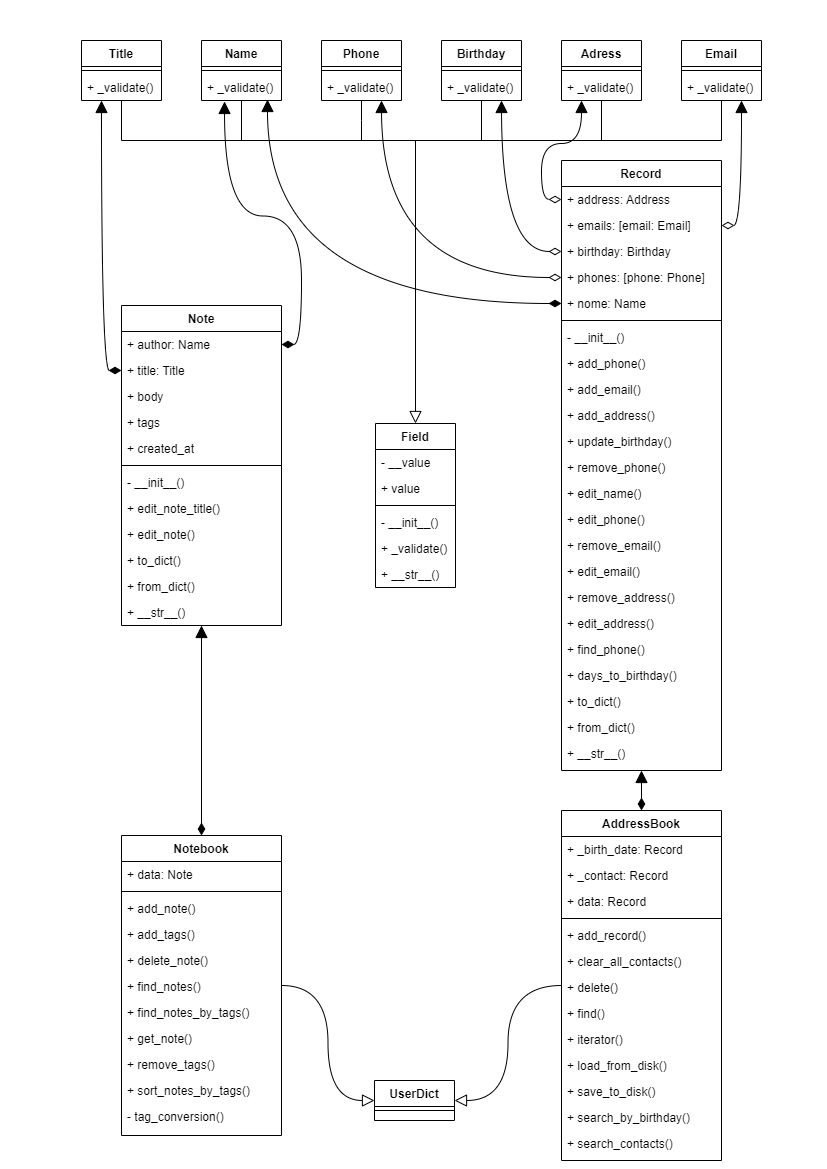
alex-nuclearboy/cli-personal-assistant keeps this draw.io diagram as personal_assistant.png. Above is the earlier version. Source tidied: cells renumbered, new cells last; positions are measured from the earlier drawing's top-left corner, leaving out a move shared by most shapes.
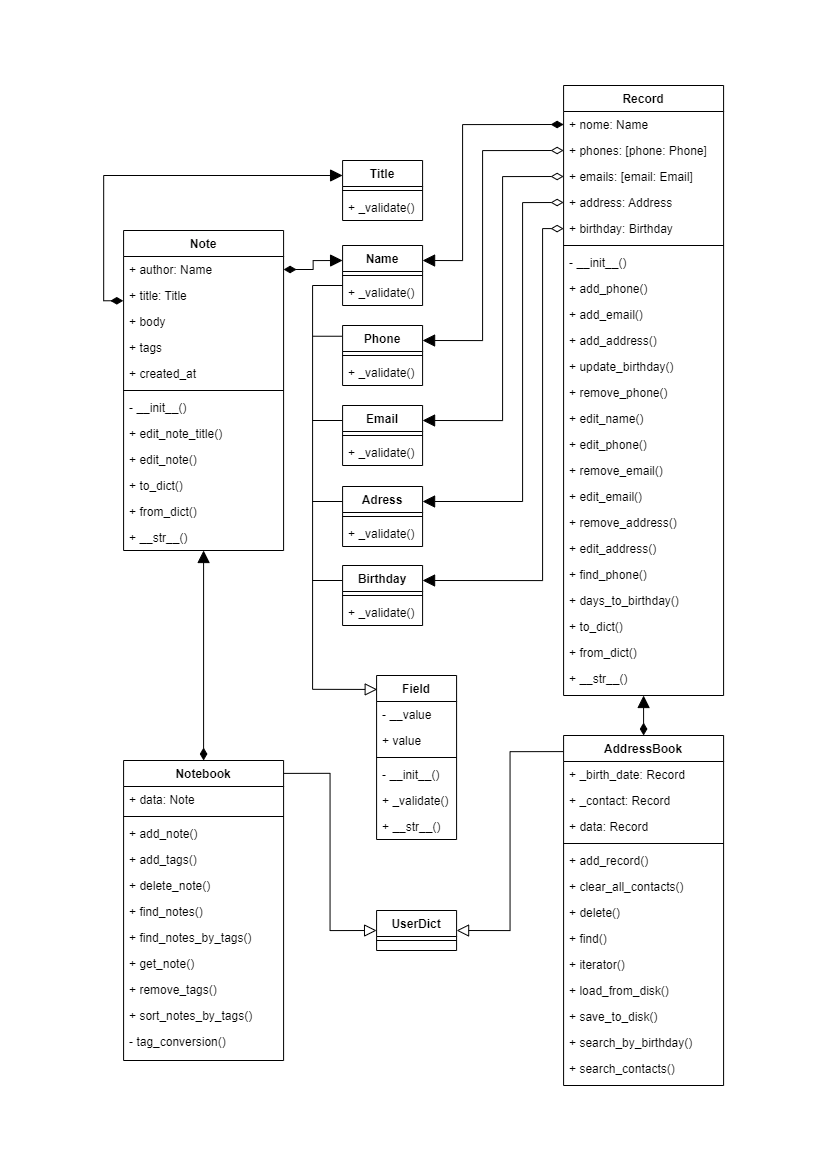
After the commit.

Commit message:
Update the UML diagram

What changed in the source:
```diff
@@ -5,3 +5,3 @@
     <mxCell id="2" value="Field" style="swimlane;fontStyle=1;align=center;verticalAlign=top;horizontal=1;startSize=26;rounded=0;shadow=0;strokeWidth=1;" parent="1" vertex="1">
-      <mxGeometry x="294" y="383" width="80" height="164" as="geometry" />
+      <mxGeometry x="295.1" y="635" width="80" height="164" as="geometry" />
     </mxCell>
@@ -29,3 +29,3 @@
     <mxCell id="10" value="Note" style="swimlane;fontStyle=1;align=center;verticalAlign=top;horizontal=1;startSize=26;rounded=0;shadow=0;strokeWidth=1;" parent="1" vertex="1">
-      <mxGeometry x="40" y="265" width="160" height="320" as="geometry" />
+      <mxGeometry x="42.1" y="190" width="160" height="320" as="geometry" />
     </mxCell>
@@ -67,9 +67,17 @@
     </mxCell>
-    <mxCell id="23" style="edgeStyle=orthogonalEdgeStyle;rounded=0;jettySize=auto;html=1;entryX=0;entryY=0.5;entryDx=0;entryDy=0;curved=1;endArrow=diamondThin;endFill=0;startArrow=block;startFill=1;endSize=10;startSize=10;" parent="1" edge="1" target="54">
-      <mxGeometry relative="1" as="geometry">
-        <mxPoint x="300" y="60" as="sourcePoint" />
-      </mxGeometry>
-    </mxCell>
+    <mxCell id="112" style="edgeStyle=orthogonalEdgeStyle;rounded=0;jettySize=auto;html=1;entryX=0;entryY=0.5;entryDx=0;entryDy=0;exitX=1;exitY=0.25;exitDx=0;exitDy=0;endSize=10;startSize=10;startArrow=block;startFill=1;endArrow=diamondThin;endFill=0;" parent="1" edge="1" source="24" target="54">
+      <mxGeometry relative="1" as="geometry">
+        <Array as="points">
+          <mxPoint x="401.1" y="300" />
+          <mxPoint x="401.1" y="110" />
+        </Array>
+      </mxGeometry>
+    </mxCell>
+    <mxCell id="113" style="edgeStyle=orthogonalEdgeStyle;rounded=0;jettySize=auto;html=1;endArrow=none;endFill=0;exitX=-0.007;exitY=0.179;exitDx=0;exitDy=0;exitPerimeter=0;" parent="1" edge="1" source="24">
+      <mxGeometry relative="1" as="geometry">
+        <mxPoint x="231.1" y="295" as="targetPoint" />
+      </mxGeometry>
+    </mxCell>
     <mxCell id="24" value="Phone" style="swimlane;fontStyle=1;align=center;verticalAlign=top;horizontal=1;startSize=26;rounded=0;shadow=0;strokeWidth=1;" parent="1" vertex="1">
-      <mxGeometry x="240" width="80" height="60" as="geometry" />
+      <mxGeometry x="261.1" y="285" width="80" height="60" as="geometry" />
     </mxCell>
@@ -81,9 +89,17 @@
     </mxCell>
-    <mxCell id="27" style="edgeStyle=orthogonalEdgeStyle;rounded=0;jettySize=auto;html=1;entryX=0;entryY=0.5;entryDx=0;entryDy=0;curved=1;startArrow=block;startFill=1;endArrow=diamondThin;endFill=0;endSize=10;startSize=10;" parent="1" edge="1" target="53">
-      <mxGeometry relative="1" as="geometry">
-        <mxPoint x="420" y="60" as="sourcePoint" />
-      </mxGeometry>
-    </mxCell>
+    <mxCell id="114" style="edgeStyle=orthogonalEdgeStyle;rounded=0;jettySize=auto;html=1;exitX=1;exitY=0.25;exitDx=0;exitDy=0;endSize=10;startSize=10;startArrow=block;startFill=1;endArrow=diamondThin;endFill=0;" parent="1" edge="1" source="28" target="53">
+      <mxGeometry relative="1" as="geometry">
+        <Array as="points">
+          <mxPoint x="461.1" y="540" />
+          <mxPoint x="461.1" y="188" />
+        </Array>
+      </mxGeometry>
+    </mxCell>
+    <mxCell id="115" style="edgeStyle=orthogonalEdgeStyle;rounded=0;jettySize=auto;html=1;endArrow=none;endFill=0;exitX=0;exitY=0.25;exitDx=0;exitDy=0;" parent="1" edge="1" source="28">
+      <mxGeometry relative="1" as="geometry">
+        <mxPoint x="231.1" y="540" as="targetPoint" />
+      </mxGeometry>
+    </mxCell>
     <mxCell id="28" value="Birthday" style="swimlane;fontStyle=1;align=center;verticalAlign=top;horizontal=1;startSize=26;rounded=0;shadow=0;strokeWidth=1;" parent="1" vertex="1">
-      <mxGeometry x="360" width="80" height="60" as="geometry" />
+      <mxGeometry x="261.1" y="525" width="80" height="60" as="geometry" />
     </mxCell>
@@ -95,7 +111,12 @@
     </mxCell>
-    <mxCell id="31" style="edgeStyle=orthogonalEdgeStyle;rounded=0;jettySize=auto;html=1;entryX=1;entryY=0.5;entryDx=0;entryDy=0;curved=1;startArrow=block;startFill=1;endArrow=diamondThin;endFill=1;exitX=0.288;exitY=1.038;exitDx=0;exitDy=0;exitPerimeter=0;endSize=10;startSize=10;" parent="1" edge="1" source="34" target="11">
-      <mxGeometry relative="1" as="geometry" />
-    </mxCell>
+    <mxCell id="116" style="edgeStyle=orthogonalEdgeStyle;rounded=0;jettySize=auto;html=1;entryX=0;entryY=0.5;entryDx=0;entryDy=0;exitX=1;exitY=0.25;exitDx=0;exitDy=0;endSize=10;startSize=10;startArrow=block;startFill=1;endArrow=diamondThin;endFill=1;" parent="1" edge="1" source="32" target="55">
+      <mxGeometry relative="1" as="geometry">
+        <Array as="points">
+          <mxPoint x="381.1" y="220" />
+          <mxPoint x="381.1" y="84" />
+        </Array>
+      </mxGeometry>
+    </mxCell>
     <mxCell id="32" value="Name" style="swimlane;fontStyle=1;align=center;verticalAlign=top;horizontal=1;startSize=26;rounded=0;shadow=0;strokeWidth=1;" parent="1" vertex="1">
-      <mxGeometry x="120" width="80" height="60" as="geometry" />
+      <mxGeometry x="261.1" y="205" width="80" height="60" as="geometry" />
     </mxCell>
@@ -107,6 +128,7 @@
     </mxCell>
-    <mxCell id="35" style="edgeStyle=orthogonalEdgeStyle;rounded=0;jettySize=auto;elbow=vertical;html=1;entryX=1;entryY=0.5;entryDx=0;entryDy=0;curved=1;exitX=0.75;exitY=1;exitDx=0;exitDy=0;endSize=10;startSize=10;startArrow=block;startFill=1;endArrow=diamondThin;endFill=0;" parent="1" edge="1" source="36" target="52">
+    <mxCell id="35" style="edgeStyle=orthogonalEdgeStyle;rounded=0;jettySize=auto;html=1;entryX=0;entryY=0.5;entryDx=0;entryDy=0;exitX=1;exitY=0.25;exitDx=0;exitDy=0;endSize=10;startSize=10;startArrow=block;startFill=1;endArrow=diamondThin;endFill=0;" parent="1" edge="1" source="36" target="52">
       <mxGeometry relative="1" as="geometry">
         <Array as="points">
-          <mxPoint x="660" y="185" />
+          <mxPoint x="421.1" y="380" />
+          <mxPoint x="421.1" y="136" />
         </Array>
@@ -114,4 +136,9 @@
     </mxCell>
+    <mxCell id="117" style="edgeStyle=orthogonalEdgeStyle;rounded=0;jettySize=auto;html=1;endArrow=none;endFill=0;exitX=0;exitY=0.25;exitDx=0;exitDy=0;" parent="1" edge="1" source="36">
+      <mxGeometry relative="1" as="geometry">
+        <mxPoint x="231.1" y="380" as="targetPoint" />
+      </mxGeometry>
+    </mxCell>
     <mxCell id="36" value="Email" style="swimlane;fontStyle=1;align=center;verticalAlign=top;horizontal=1;startSize=26;rounded=0;shadow=0;strokeWidth=1;" parent="1" vertex="1">
-      <mxGeometry x="600" width="80" height="60" as="geometry" />
+      <mxGeometry x="261.1" y="365" width="80" height="60" as="geometry" />
     </mxCell>
@@ -123,7 +150,4 @@
     </mxCell>
-    <mxCell id="39" style="edgeStyle=orthogonalEdgeStyle;rounded=0;jettySize=auto;html=1;entryX=0;entryY=0.5;entryDx=0;entryDy=0;curved=1;startArrow=block;startFill=1;endArrow=diamondThin;endFill=1;endSize=10;startSize=10;exitX=0.25;exitY=1;exitDx=0;exitDy=0;" parent="1" edge="1" source="40" target="12">
-      <mxGeometry relative="1" as="geometry" />
-    </mxCell>
     <mxCell id="40" value="Title" style="swimlane;fontStyle=1;align=center;verticalAlign=top;horizontal=1;startSize=26;rounded=0;shadow=0;strokeWidth=1;" parent="1" vertex="1">
-      <mxGeometry width="80" height="60" as="geometry" />
+      <mxGeometry x="261.1" y="120" width="80" height="60" as="geometry" />
     </mxCell>
@@ -135,7 +159,17 @@
     </mxCell>
-    <mxCell id="43" style="edgeStyle=orthogonalEdgeStyle;rounded=0;jettySize=auto;elbow=vertical;html=1;entryX=0;entryY=0.5;entryDx=0;entryDy=0;curved=1;exitX=0.25;exitY=1;exitDx=0;exitDy=0;endSize=10;startSize=10;startArrow=block;startFill=1;endArrow=diamondThin;endFill=0;" parent="1" edge="1" source="44" target="51">
-      <mxGeometry relative="1" as="geometry" />
+    <mxCell id="43" style="edgeStyle=orthogonalEdgeStyle;rounded=0;jettySize=auto;html=1;entryX=0;entryY=0.5;entryDx=0;entryDy=0;exitX=1;exitY=0.25;exitDx=0;exitDy=0;endSize=10;startSize=10;startArrow=block;startFill=1;endArrow=diamondThin;endFill=0;" parent="1" edge="1" source="44" target="51">
+      <mxGeometry relative="1" as="geometry">
+        <Array as="points">
+          <mxPoint x="441.1" y="461" />
+          <mxPoint x="441.1" y="162" />
+        </Array>
+      </mxGeometry>
     </mxCell>
+    <mxCell id="118" style="edgeStyle=orthogonalEdgeStyle;rounded=0;jettySize=auto;html=1;endArrow=none;endFill=0;exitX=0;exitY=0.25;exitDx=0;exitDy=0;" parent="1" edge="1" source="44">
+      <mxGeometry relative="1" as="geometry">
+        <mxPoint x="231.1" y="461" as="targetPoint" />
+      </mxGeometry>
+    </mxCell>
     <mxCell id="44" value="Adress" style="swimlane;fontStyle=1;align=center;verticalAlign=top;horizontal=1;startSize=26;rounded=0;shadow=0;strokeWidth=1;" parent="1" vertex="1">
-      <mxGeometry x="480" width="80" height="60" as="geometry" />
+      <mxGeometry x="261.1" y="446" width="80" height="60" as="geometry" />
     </mxCell>
@@ -151,3 +185,3 @@
     <mxCell id="48" value="UserDict" style="swimlane;fontStyle=1;align=center;verticalAlign=top;horizontal=1;startSize=26;rounded=0;shadow=0;strokeWidth=1;" parent="1" vertex="1">
-      <mxGeometry x="293" y="1040" width="80" height="40" as="geometry" />
+      <mxGeometry x="295.1" y="870" width="80" height="40" as="geometry" />
     </mxCell>
@@ -157,19 +191,19 @@
     <mxCell id="50" value="Record" style="swimlane;fontStyle=1;align=center;verticalAlign=top;horizontal=1;startSize=26;rounded=0;shadow=0;strokeWidth=1;" parent="1" vertex="1">
-      <mxGeometry x="480" y="120" width="160" height="610" as="geometry" />
+      <mxGeometry x="482.1" y="45" width="160" height="610" as="geometry" />
     </mxCell>
+    <mxCell id="55" value="+ nome: Name" style="text;align=left;verticalAlign=top;spacingLeft=4;spacingRight=4;overflow=hidden;points=[[0,0.5],[1,0.5]];portConstraint=eastwest;" parent="50" vertex="1">
+      <mxGeometry y="26" width="160" height="26" as="geometry" />
+    </mxCell>
+    <mxCell id="54" value="+ phones: [phone: Phone]" style="text;align=left;verticalAlign=top;spacingLeft=4;spacingRight=4;overflow=hidden;points=[[0,0.5],[1,0.5]];portConstraint=eastwest;rounded=0;shadow=0;html=0;" parent="50" vertex="1">
+      <mxGeometry y="52" width="160" height="26" as="geometry" />
+    </mxCell>
+    <mxCell id="52" value="+ emails: [email: Email]" style="text;align=left;verticalAlign=top;spacingLeft=4;spacingRight=4;overflow=hidden;points=[[0,0.5],[1,0.5]];portConstraint=eastwest;rounded=0;shadow=0;html=0;" parent="50" vertex="1">
+      <mxGeometry y="78" width="160" height="26" as="geometry" />
+    </mxCell>
     <mxCell id="51" value="+ address: Address" style="text;align=left;verticalAlign=top;spacingLeft=4;spacingRight=4;overflow=hidden;points=[[0,0.5],[1,0.5]];portConstraint=eastwest;rounded=0;shadow=0;html=0;" parent="50" vertex="1">
-      <mxGeometry y="26" width="160" height="26" as="geometry" />
+      <mxGeometry y="104" width="160" height="26" as="geometry" />
     </mxCell>
-    <mxCell id="52" value="+ emails: [email: Email]" style="text;align=left;verticalAlign=top;spacingLeft=4;spacingRight=4;overflow=hidden;points=[[0,0.5],[1,0.5]];portConstraint=eastwest;rounded=0;shadow=0;html=0;" parent="50" vertex="1">
-      <mxGeometry y="52" width="160" height="26" as="geometry" />
-    </mxCell>
     <mxCell id="53" value="+ birthday: Birthday" style="text;align=left;verticalAlign=top;spacingLeft=4;spacingRight=4;overflow=hidden;points=[[0,0.5],[1,0.5]];portConstraint=eastwest;rounded=0;shadow=0;html=0;" parent="50" vertex="1">
-      <mxGeometry y="78" width="160" height="26" as="geometry" />
+      <mxGeometry y="130" width="160" height="26" as="geometry" />
     </mxCell>
-    <mxCell id="54" value="+ phones: [phone: Phone]" style="text;align=left;verticalAlign=top;spacingLeft=4;spacingRight=4;overflow=hidden;points=[[0,0.5],[1,0.5]];portConstraint=eastwest;rounded=0;shadow=0;html=0;" parent="50" vertex="1">
-      <mxGeometry y="104" width="160" height="26" as="geometry" />
-    </mxCell>
-    <mxCell id="55" value="+ nome: Name" style="text;align=left;verticalAlign=top;spacingLeft=4;spacingRight=4;overflow=hidden;points=[[0,0.5],[1,0.5]];portConstraint=eastwest;" parent="50" vertex="1">
-      <mxGeometry y="130" width="160" height="26" as="geometry" />
-    </mxCell>
     <mxCell id="56" style="line;html=1;strokeWidth=1;align=left;verticalAlign=middle;spacingTop=-1;spacingLeft=3;spacingRight=3;labelPosition=right;" parent="50" vertex="1">
@@ -231,3 +265,3 @@
     </mxCell>
-    <mxCell id="75" style="edgeStyle=orthogonalEdgeStyle;rounded=0;jettySize=auto;html=1;entryX=1;entryY=0.5;entryDx=0;entryDy=0;curved=1;endArrow=block;endFill=0;endSize=10;startSize=10;" parent="1" edge="1" source="76" target="48">
+    <mxCell id="75" style="edgeStyle=orthogonalEdgeStyle;rounded=0;jettySize=auto;html=1;entryX=1;entryY=0.5;entryDx=0;entryDy=0;curved=0;endArrow=block;endFill=0;endSize=10;startSize=10;exitX=-0.003;exitY=0.046;exitDx=0;exitDy=0;exitPerimeter=0;" parent="1" edge="1" source="76" target="48">
       <mxGeometry relative="1" as="geometry" />
@@ -235,3 +269,3 @@
     <mxCell id="76" value="AddressBook" style="swimlane;fontStyle=1;align=center;verticalAlign=top;horizontal=1;startSize=26;rounded=0;shadow=0;strokeWidth=1;" parent="1" vertex="1">
-      <mxGeometry x="480" y="770" width="160" height="350" as="geometry" />
+      <mxGeometry x="482.1" y="695" width="160" height="350" as="geometry" />
     </mxCell>
@@ -276,3 +310,3 @@
     </mxCell>
-    <mxCell id="90" style="edgeStyle=orthogonalEdgeStyle;rounded=0;jettySize=auto;html=1;entryX=0;entryY=0.5;entryDx=0;entryDy=0;curved=1;endArrow=block;endFill=0;endSize=10;startSize=10;" parent="1" edge="1" source="91" target="48">
+    <mxCell id="90" style="edgeStyle=orthogonalEdgeStyle;rounded=0;jettySize=auto;html=1;entryX=0;entryY=0.5;entryDx=0;entryDy=0;curved=0;endArrow=block;endFill=0;endSize=10;startSize=10;exitX=1;exitY=0.043;exitDx=0;exitDy=0;exitPerimeter=0;" parent="1" edge="1" source="91" target="48">
       <mxGeometry relative="1" as="geometry" />
@@ -280,3 +314,3 @@
     <mxCell id="91" value="Notebook" style="swimlane;fontStyle=1;align=center;verticalAlign=top;horizontal=1;startSize=26;rounded=0;shadow=0;strokeWidth=1;" parent="1" vertex="1">
-      <mxGeometry x="40" y="795" width="160" height="300" as="geometry" />
+      <mxGeometry x="42.1" y="720" width="160" height="300" as="geometry" />
     </mxCell>
@@ -315,49 +349,16 @@
     </mxCell>
-    <mxCell id="103" style="edgeStyle=orthogonalEdgeStyle;rounded=0;jettySize=auto;html=1;entryX=0;entryY=0.5;entryDx=0;entryDy=0;curved=1;exitX=0.825;exitY=0.962;exitDx=0;exitDy=0;exitPerimeter=0;startArrow=block;startFill=1;endArrow=diamondThin;endFill=1;endSize=10;startSize=10;" parent="1" edge="1" source="34" target="55">
-      <mxGeometry relative="1" as="geometry" />
-    </mxCell>
-    <mxCell id="104" style="endArrow=none;html=1;rounded=0;elbow=vertical;entryX=0.5;entryY=1;entryDx=0;entryDy=0;" parent="1" edge="1" target="40">
-      <mxGeometry relative="1" as="geometry">
-        <mxPoint x="40" y="100" as="sourcePoint" />
-      </mxGeometry>
-    </mxCell>
-    <mxCell id="105" style="endArrow=none;html=1;rounded=0;elbow=vertical;" parent="1" edge="1">
-      <mxGeometry relative="1" as="geometry">
-        <mxPoint x="40" y="100" as="sourcePoint" />
-        <mxPoint x="640" y="100" as="targetPoint" />
-      </mxGeometry>
-    </mxCell>
-    <mxCell id="106" style="endArrow=none;html=1;rounded=0;elbow=vertical;entryX=0.5;entryY=1;entryDx=0;entryDy=0;" parent="1" edge="1" target="36">
-      <mxGeometry relative="1" as="geometry">
-        <mxPoint x="640" y="100" as="sourcePoint" />
-      </mxGeometry>
-    </mxCell>
-    <mxCell id="107" style="endArrow=none;html=1;rounded=0;elbow=vertical;" parent="1" edge="1" target="34">
-      <mxGeometry relative="1" as="geometry">
-        <mxPoint x="160" y="100" as="sourcePoint" />
-      </mxGeometry>
-    </mxCell>
-    <mxCell id="108" style="endArrow=none;html=1;rounded=0;elbow=vertical;" parent="1" edge="1" target="26">
-      <mxGeometry relative="1" as="geometry">
-        <mxPoint x="280" y="100" as="sourcePoint" />
-        <Array as="points">
-          <mxPoint x="280" y="80" />
-        </Array>
-      </mxGeometry>
-    </mxCell>
-    <mxCell id="109" style="endArrow=none;html=1;rounded=0;elbow=vertical;entryX=0.5;entryY=1;entryDx=0;entryDy=0;" parent="1" edge="1" target="28">
-      <mxGeometry relative="1" as="geometry">
-        <mxPoint x="400" y="100" as="sourcePoint" />
-      </mxGeometry>
-    </mxCell>
-    <mxCell id="110" style="endArrow=none;html=1;rounded=0;elbow=vertical;exitX=0.5;exitY=0;exitDx=0;exitDy=0;endFill=0;startArrow=block;startFill=0;endSize=10;startSize=10;" parent="1" edge="1" source="2">
-      <mxGeometry relative="1" as="geometry">
-        <mxPoint x="334" y="100" as="targetPoint" />
-      </mxGeometry>
-    </mxCell>
-    <mxCell id="111" style="endArrow=none;html=1;rounded=0;elbow=vertical;entryX=0.5;entryY=1;entryDx=0;entryDy=0;" parent="1" edge="1" target="47">
-      <mxGeometry relative="1" as="geometry">
-        <mxPoint x="520" y="100" as="sourcePoint" />
-      </mxGeometry>
-    </mxCell>
+    <mxCell id="119" style="edgeStyle=orthogonalEdgeStyle;rounded=0;jettySize=auto;html=1;startArrow=block;startFill=1;endSize=10;startSize=10;endArrow=diamondThin;endFill=1;entryX=1;entryY=0.5;entryDx=0;entryDy=0;exitX=0;exitY=0.25;exitDx=0;exitDy=0;" parent="1" edge="1" source="32" target="11">
+      <mxGeometry relative="1" as="geometry" />
+    </mxCell>
+    <mxCell id="120" style="edgeStyle=orthogonalEdgeStyle;rounded=0;jettySize=auto;html=1;exitX=0.008;exitY=0.085;exitDx=0;exitDy=0;exitPerimeter=0;endSize=10;startSize=10;endArrow=none;endFill=0;startArrow=block;startFill=0;" parent="1" edge="1" source="2" target="34">
+      <mxGeometry relative="1" as="geometry">
+        <Array as="points">
+          <mxPoint x="231.1" y="649" />
+          <mxPoint x="231.1" y="245" />
+        </Array>
+      </mxGeometry>
+    </mxCell>
+    <mxCell id="39" style="edgeStyle=orthogonalEdgeStyle;rounded=0;jettySize=auto;html=1;entryX=-0.002;entryY=0.703;entryDx=0;entryDy=0;entryPerimeter=0;exitX=0;exitY=0.25;exitDx=0;exitDy=0;startArrow=block;startFill=1;endArrow=diamondThin;endFill=1;endSize=10;startSize=10;" parent="1" edge="1" source="40" target="12">
+      <mxGeometry relative="1" as="geometry" />
+    </mxCell>
   </root>
```
